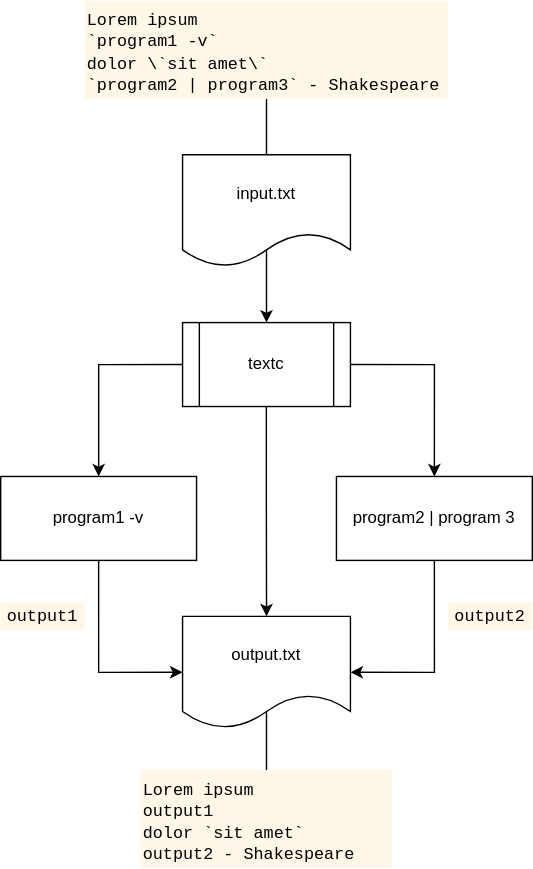
The draw.io diagram diagrams/textc_file.svg in donotturnoff/htmlc, before a commit. Source tidied: cells renumbered, new cells last; positions are measured from the earlier drawing's top-left corner, leaving out a move shared by most shapes. Its diagram source:
```xml
<mxGraphModel>
  <root>
    <mxCell id="0" />
    <mxCell id="1" parent="0" />
    <mxCell id="2" style="edgeStyle=orthogonalEdgeStyle;rounded=0;orthogonalLoop=1;jettySize=auto;html=1;exitX=0;exitY=0.5;exitDx=0;exitDy=0;" parent="1" edge="1">
      <mxGeometry relative="1" as="geometry">
        <mxPoint x="130" y="260" as="sourcePoint" />
        <mxPoint x="70" y="340" as="targetPoint" />
      </mxGeometry>
    </mxCell>
    <mxCell id="3" style="edgeStyle=orthogonalEdgeStyle;rounded=0;orthogonalLoop=1;jettySize=auto;html=1;exitX=1;exitY=0.5;exitDx=0;exitDy=0;entryX=0.5;entryY=0;entryDx=0;entryDy=0;" parent="1" edge="1">
      <mxGeometry relative="1" as="geometry">
        <mxPoint x="250" y="260" as="sourcePoint" />
        <mxPoint x="310" y="340" as="targetPoint" />
      </mxGeometry>
    </mxCell>
    <mxCell id="4" style="edgeStyle=orthogonalEdgeStyle;rounded=0;jettySize=auto;html=1;exitX=0.499;exitY=0.849;exitDx=0;exitDy=0;exitPerimeter=0;" parent="1" edge="1" target="8">
      <mxGeometry relative="1" as="geometry">
        <mxPoint x="189.9" y="287.9" as="sourcePoint" />
      </mxGeometry>
    </mxCell>
    <mxCell id="5" value="input.txt" style="shape=document;whiteSpace=wrap;html=1;boundedLbl=1;" parent="1" vertex="1">
      <mxGeometry x="130" y="110" width="120" height="80" as="geometry" />
    </mxCell>
    <mxCell id="6" style="edgeStyle=orthogonalEdgeStyle;rounded=0;jettySize=auto;html=1;exitX=0.5;exitY=1;exitDx=0;exitDy=0;entryX=0;entryY=0.5;entryDx=0;entryDy=0;" parent="1" edge="1" target="8">
      <mxGeometry relative="1" as="geometry">
        <mxPoint x="70" y="400" as="sourcePoint" />
        <Array as="points">
          <mxPoint x="70" y="480" />
        </Array>
      </mxGeometry>
    </mxCell>
    <mxCell id="7" style="edgeStyle=orthogonalEdgeStyle;rounded=0;jettySize=auto;html=1;exitX=0.5;exitY=1;exitDx=0;exitDy=0;entryX=1;entryY=0.5;entryDx=0;entryDy=0;" parent="1" edge="1" target="8">
      <mxGeometry relative="1" as="geometry">
        <mxPoint x="310" y="400" as="sourcePoint" />
        <Array as="points">
          <mxPoint x="310" y="480" />
        </Array>
      </mxGeometry>
    </mxCell>
    <mxCell id="8" value="output.txt" style="shape=document;whiteSpace=wrap;html=1;boundedLbl=1;" parent="1" vertex="1">
      <mxGeometry x="130" y="440" width="120" height="80" as="geometry" />
    </mxCell>
    <mxCell id="9" style="edgeStyle=orthogonalEdgeStyle;rounded=0;jettySize=auto;html=1;exitX=0.5;exitY=1;exitDx=0;exitDy=0;entryX=0.5;entryY=0;entryDx=0;entryDy=0;endArrow=none;endFill=0;" parent="1" edge="1" source="10" target="5">
      <mxGeometry relative="1" as="geometry" />
    </mxCell>
    <mxCell id="10" value="&lt;font face=&quot;Courier New&quot;&gt;Lorem ipsum&lt;br&gt;`program1 -v`&lt;br&gt;dolor \`sit amet\`&lt;br&gt;`program2 | program3` - Shakespeare&lt;/font&gt;" style="text;html=1;align=left;verticalAlign=top;whiteSpace=wrap;rounded=0;fillColor=#FFF8E8;" parent="1" vertex="1">
      <mxGeometry x="60" width="260" height="70" as="geometry" />
    </mxCell>
    <mxCell id="11" value="textc" style="shape=process;whiteSpace=wrap;html=1;backgroundOutline=1;" parent="1" vertex="1">
      <mxGeometry x="130" y="230" width="120" height="60" as="geometry" />
    </mxCell>
    <mxCell id="12" value="program1 -v" style="rounded=0;whiteSpace=wrap;html=1;" parent="1" vertex="1">
      <mxGeometry y="340" width="140" height="60" as="geometry" />
    </mxCell>
    <mxCell id="13" value="&lt;span&gt;program2 | program 3&lt;/span&gt;" style="rounded=0;whiteSpace=wrap;html=1;" parent="1" vertex="1">
      <mxGeometry x="240" y="340" width="140" height="60" as="geometry" />
    </mxCell>
    <mxCell id="14" style="endArrow=classic;html=1;exitX=0.5;exitY=0.855;exitDx=0;exitDy=0;exitPerimeter=0;entryX=0.5;entryY=0;entryDx=0;entryDy=0;" parent="1" edge="1" source="5" target="11">
      <mxGeometry relative="1" as="geometry" />
    </mxCell>
    <mxCell id="15" style="edgeStyle=orthogonalEdgeStyle;rounded=0;jettySize=auto;html=1;exitX=0.5;exitY=0;exitDx=0;exitDy=0;endArrow=none;endFill=0;" parent="1" edge="1" source="16">
      <mxGeometry relative="1" as="geometry">
        <mxPoint x="190" y="508" as="targetPoint" />
      </mxGeometry>
    </mxCell>
    <mxCell id="16" value="&lt;font face=&quot;Courier New&quot;&gt;Lorem ipsum&lt;br&gt;output1&lt;br&gt;dolor `sit amet`&lt;br&gt;output2 - Shakespeare&lt;/font&gt;" style="text;html=1;align=left;verticalAlign=top;whiteSpace=wrap;rounded=0;fillColor=#FFF8E8;" parent="1" vertex="1">
      <mxGeometry x="100" y="550" width="180" height="70" as="geometry" />
    </mxCell>
    <mxCell id="17" value="&lt;font face=&quot;Courier New&quot;&gt;output1&lt;/font&gt;" style="text;html=1;align=center;verticalAlign=middle;whiteSpace=wrap;rounded=0;fillColor=#FFF8E8;" parent="1" vertex="1">
      <mxGeometry y="430" width="60" height="20" as="geometry" />
    </mxCell>
    <mxCell id="18" value="&lt;font face=&quot;Courier New&quot;&gt;output2&lt;/font&gt;" style="text;html=1;align=center;verticalAlign=middle;whiteSpace=wrap;rounded=0;fillColor=#FFF8E8;" parent="1" vertex="1">
      <mxGeometry x="320" y="430" width="60" height="20" as="geometry" />
    </mxCell>
  </root>
</mxGraphModel>
```
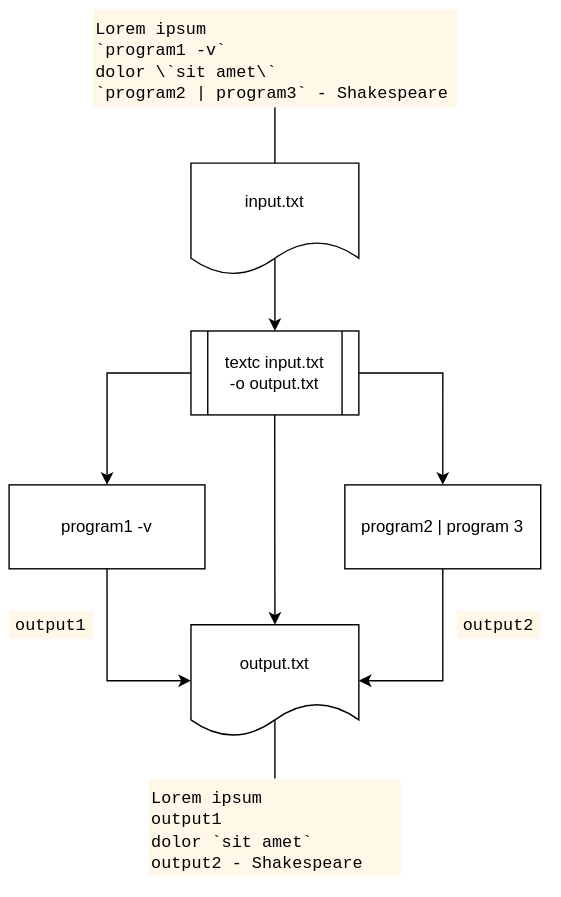
Later version of the same file.

Commit message:
Add textc arguments to diagram (correctly this time)

Change to the diagram source:
```diff
@@ -47,7 +47,7 @@
     <mxCell id="10" value="&lt;font face=&quot;Courier New&quot;&gt;Lorem ipsum&lt;br&gt;`program1 -v`&lt;br&gt;dolor \`sit amet\`&lt;br&gt;`program2 | program3` - Shakespeare&lt;/font&gt;" style="text;html=1;align=left;verticalAlign=top;whiteSpace=wrap;rounded=0;fillColor=#FFF8E8;" parent="1" vertex="1">
       <mxGeometry x="60" width="260" height="70" as="geometry" />
     </mxCell>
-    <mxCell id="11" value="textc" style="shape=process;whiteSpace=wrap;html=1;backgroundOutline=1;" parent="1" vertex="1">
+    <mxCell id="11" value="textc input.txt&lt;br&gt;-o output.txt" style="shape=process;whiteSpace=wrap;html=1;backgroundOutline=1;" parent="1" vertex="1">
       <mxGeometry x="130" y="230" width="120" height="60" as="geometry" />
     </mxCell>
     <mxCell id="12" value="program1 -v" style="rounded=0;whiteSpace=wrap;html=1;" parent="1" vertex="1">
```
